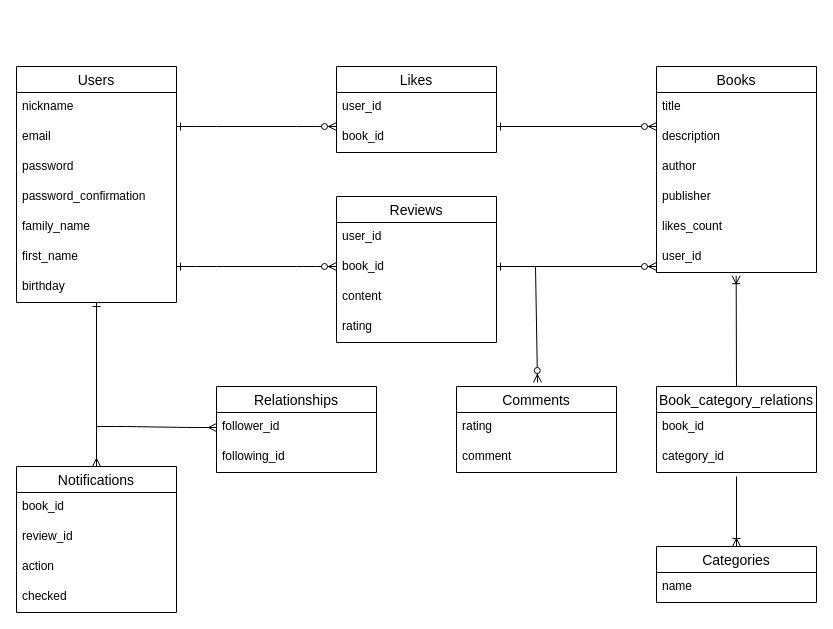
Before: config/ERD.drawio in phyirome/my-bookshelf, a draw.io diagram. Source tidied: cells renumbered, new cells numbered last; positions are measured from the earlier drawing's top-left corner, leaving out a move shared by most shapes. Both pictures are drawn from the tidied source at 100%, with x=0, y=0 at pixel (16, 66).
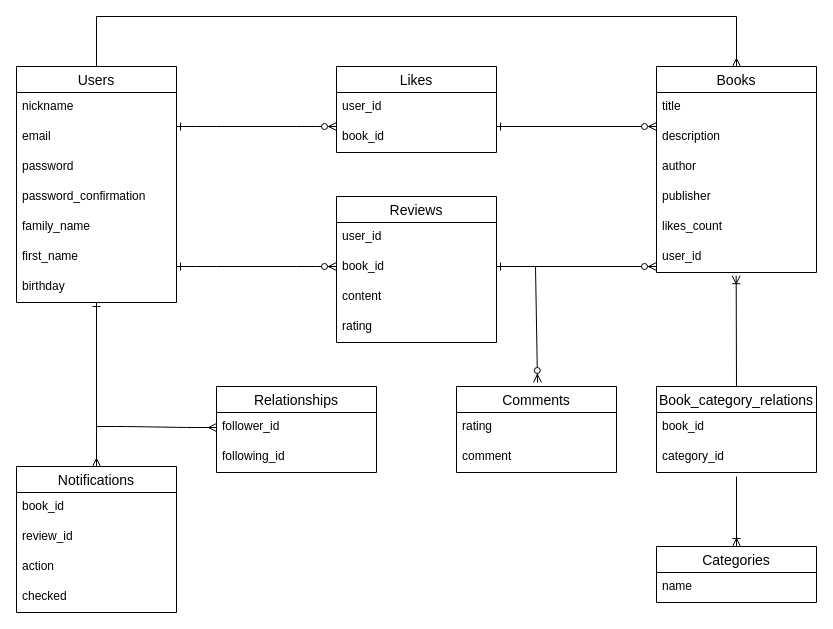
The same diagram, later.

The change refers to these unchanged cells:
```xml
<mxCell id="3" value="Users" style="swimlane;fontStyle=0;horizontal=1;startSize=26;align=center;fontSize=14;" parent="1" vertex="1">
  <mxGeometry width="160" height="236" as="geometry" />
</mxCell>
<mxCell id="11" value="Books" style="swimlane;fontStyle=0;horizontal=1;startSize=26;align=center;fontSize=14;" parent="1" vertex="1">
  <mxGeometry x="640" width="160" height="206" as="geometry" />
</mxCell>
```

The edit, as a diff of the source:
```diff
@@
+    <mxCell id="50" style="edgeStyle=none;rounded=0;jettySize=auto;html=1;exitX=0.5;exitY=0;exitDx=0;exitDy=0;entryX=0.5;entryY=0;entryDx=0;entryDy=0;endArrow=ERmany;endFill=0;" parent="1" edge="1" source="3" target="11">
+      <mxGeometry relative="1" as="geometry">
+        <Array as="points">
+          <mxPoint x="80" y="-50" />
+          <mxPoint x="720" y="-50" />
+        </Array>
+      </mxGeometry>
+    </mxCell>
```
